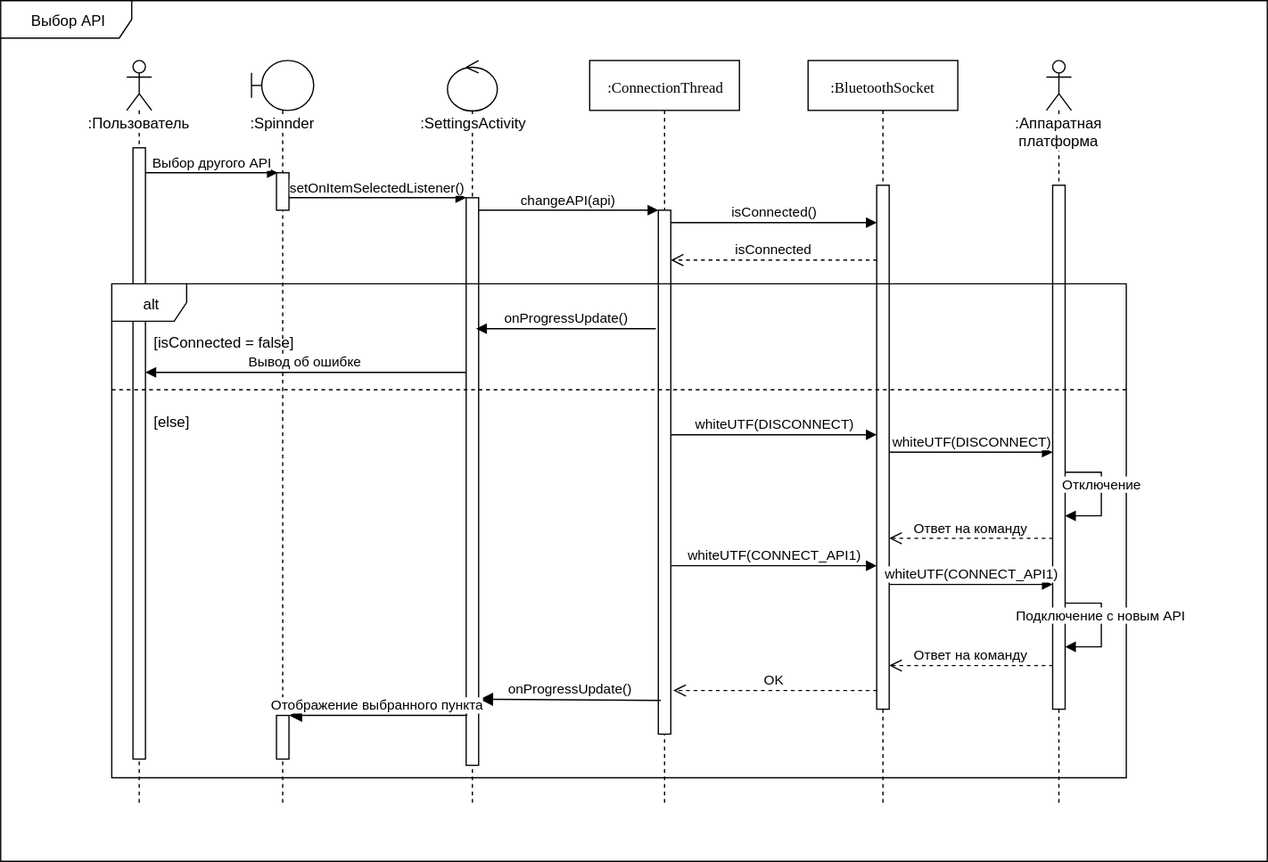
The draw.io diagram documentation/diagrams/sequenct_diagrams/choose_api_sequence_diagram.svg in Lipotam/trackPlatform, before a commit. Source tidied: cells renumbered, new cells last; positions are measured from the earlier drawing's top-left corner, leaving out a move shared by most shapes.
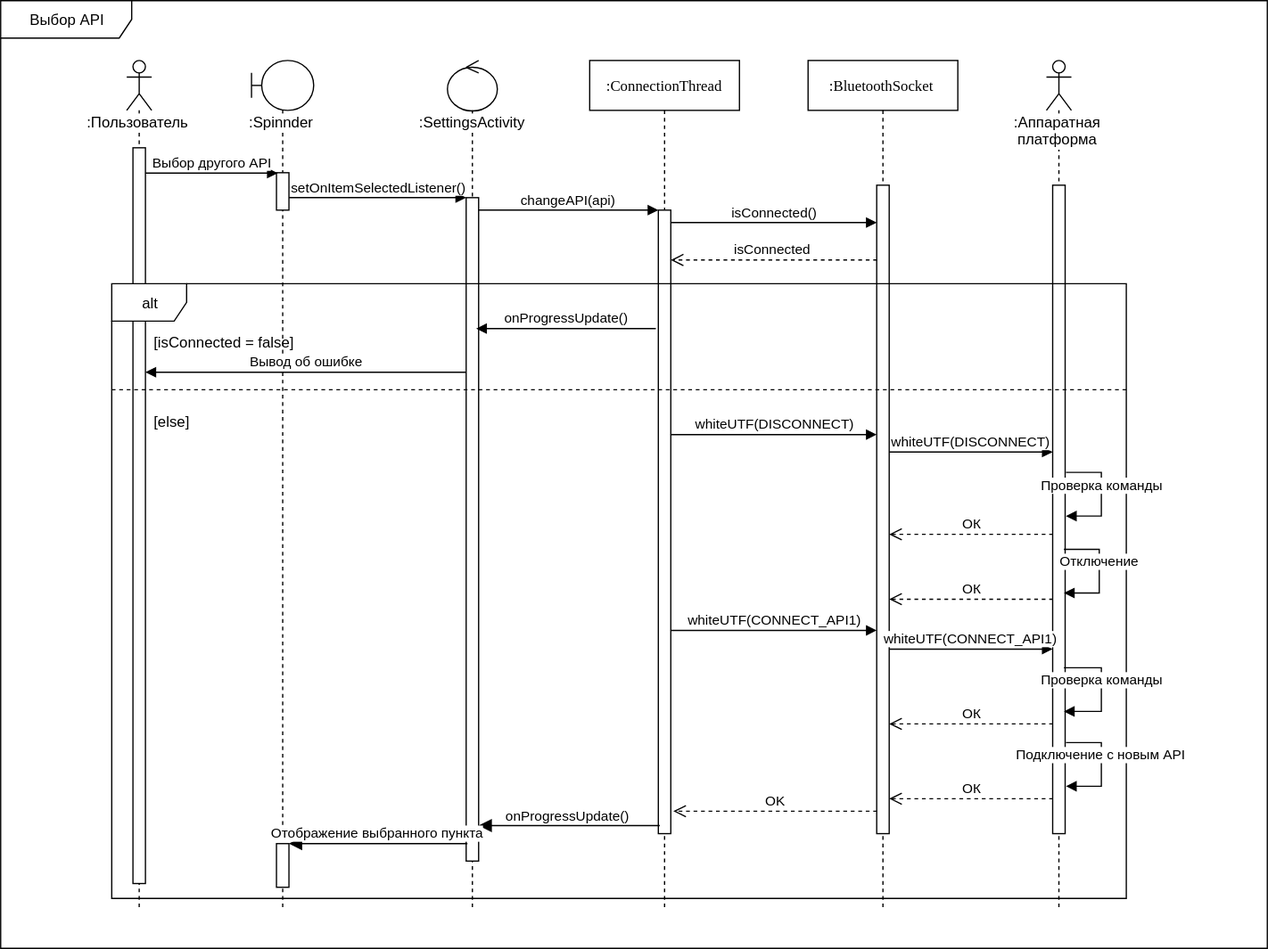
Above is the later version.

What changed in the source:
```diff
@@ -3,46 +3,46 @@
     <mxCell id="0" />
     <mxCell id="1" parent="0" />
     <mxCell id="2" value=":ConnectionThread" style="shape=umlLifeline;perimeter=lifelinePerimeter;whiteSpace=wrap;html=1;rounded=0;shadow=0;comic=0;labelBackgroundColor=none;strokeColor=#000000;strokeWidth=1;fillColor=#FFFFFF;fontFamily=Verdana;fontSize=12;fontColor=#000000;align=center;glass=0;size=40;" parent="1" vertex="1">
-      <mxGeometry x="472" y="48" width="120" height="595" as="geometry" />
+      <mxGeometry x="472" y="48" width="120" height="682" as="geometry" />
     </mxCell>
     <mxCell id="3" style="html=1;points=[];perimeter=orthogonalPerimeter;rounded=0;shadow=0;comic=0;labelBackgroundColor=none;strokeColor=#000000;strokeWidth=1;fillColor=#FFFFFF;fontFamily=Verdana;fontSize=12;fontColor=#000000;align=center;" parent="2" vertex="1">
-      <mxGeometry x="55" y="120" width="10" height="420" as="geometry" />
+      <mxGeometry x="55" y="120" width="10" height="500" as="geometry" />
     </mxCell>
     <mxCell id="4" value=":Пользователь" style="shape=umlLifeline;participant=umlActor;perimeter=lifelinePerimeter;whiteSpace=wrap;html=1;verticalAlign=top;spacingTop=36;labelBackgroundColor=#ffffff;shadow=0;glass=0;strokeColor=#000000;fontColor=#000000;align=center;" parent="1" vertex="1">
-      <mxGeometry x="101" y="48" width="20" height="595" as="geometry" />
+      <mxGeometry x="101" y="48" width="20" height="682" as="geometry" />
     </mxCell>
     <mxCell id="5" style="html=1;points=[];perimeter=orthogonalPerimeter;rounded=0;shadow=0;comic=0;labelBackgroundColor=none;strokeColor=#000000;strokeWidth=1;fillColor=#FFFFFF;fontFamily=Verdana;fontSize=12;fontColor=#000000;align=center;" parent="4" vertex="1">
-      <mxGeometry x="5" y="70" width="10" height="490" as="geometry" />
+      <mxGeometry x="5" y="70" width="10" height="590" as="geometry" />
     </mxCell>
     <mxCell id="6" value=":Аппаратная платформа" style="shape=umlLifeline;participant=umlActor;perimeter=lifelinePerimeter;whiteSpace=wrap;html=1;verticalAlign=top;spacingTop=36;labelBackgroundColor=#ffffff;shadow=0;glass=0;strokeColor=#000000;fontColor=#000000;align=center;" parent="1" vertex="1">
-      <mxGeometry x="838" y="48" width="20" height="595" as="geometry" />
+      <mxGeometry x="838" y="48" width="20" height="682" as="geometry" />
     </mxCell>
     <mxCell id="7" style="html=1;points=[];perimeter=orthogonalPerimeter;rounded=0;shadow=0;comic=0;labelBackgroundColor=none;strokeColor=#000000;strokeWidth=1;fillColor=#FFFFFF;fontFamily=Verdana;fontSize=12;fontColor=#000000;align=center;" parent="6" vertex="1">
-      <mxGeometry x="5" y="100" width="10" height="420" as="geometry" />
+      <mxGeometry x="5" y="100" width="10" height="520" as="geometry" />
     </mxCell>
     <mxCell id="8" value=":Spinnder" style="shape=umlLifeline;participant=umlBoundary;perimeter=lifelinePerimeter;whiteSpace=wrap;html=1;verticalAlign=top;spacingTop=36;labelBackgroundColor=#ffffff;shadow=0;glass=0;strokeColor=#000000;fontColor=#000000;align=center;" parent="1" vertex="1">
-      <mxGeometry x="201" y="48" width="50" height="595" as="geometry" />
+      <mxGeometry x="201" y="48" width="50" height="682" as="geometry" />
     </mxCell>
     <mxCell id="9" style="html=1;points=[];perimeter=orthogonalPerimeter;rounded=0;shadow=0;comic=0;labelBackgroundColor=none;strokeColor=#000000;strokeWidth=1;fillColor=#FFFFFF;fontFamily=Verdana;fontSize=12;fontColor=#000000;align=center;" parent="8" vertex="1">
       <mxGeometry x="20" y="90" width="10" height="30" as="geometry" />
     </mxCell>
     <mxCell id="10" style="html=1;points=[];perimeter=orthogonalPerimeter;rounded=0;shadow=0;comic=0;labelBackgroundColor=none;strokeColor=#000000;strokeWidth=1;fillColor=#FFFFFF;fontFamily=Verdana;fontSize=12;fontColor=#000000;align=center;" parent="8" vertex="1">
-      <mxGeometry x="20" y="525" width="10" height="35" as="geometry" />
+      <mxGeometry x="20" y="628" width="10" height="35" as="geometry" />
     </mxCell>
     <mxCell id="11" value=":SettingsActivity" style="shape=umlLifeline;participant=umlControl;perimeter=lifelinePerimeter;whiteSpace=wrap;html=1;verticalAlign=top;spacingTop=36;labelBackgroundColor=#ffffff;shadow=0;glass=0;strokeColor=#000000;fontColor=#000000;align=center;" parent="1" vertex="1">
-      <mxGeometry x="358" y="48" width="40" height="595" as="geometry" />
+      <mxGeometry x="358" y="48" width="40" height="682" as="geometry" />
     </mxCell>
     <mxCell id="12" value=":BluetoothSocket" style="shape=umlLifeline;perimeter=lifelinePerimeter;whiteSpace=wrap;html=1;rounded=0;shadow=0;comic=0;labelBackgroundColor=none;strokeColor=#000000;strokeWidth=1;fillColor=#FFFFFF;fontFamily=Verdana;fontSize=12;fontColor=#000000;align=center;glass=0;" parent="1" vertex="1">
-      <mxGeometry x="647" y="48" width="120" height="595" as="geometry" />
+      <mxGeometry x="647" y="48" width="120" height="682" as="geometry" />
     </mxCell>
     <mxCell id="13" style="html=1;perimeter=orthogonalPerimeter;rounded=0;shadow=0;comic=0;labelBackgroundColor=none;strokeColor=#000000;strokeWidth=1;fillColor=#FFFFFF;fontFamily=Verdana;fontSize=12;fontColor=#000000;align=center;" parent="12" vertex="1">
-      <mxGeometry x="55" y="100" width="10" height="420" as="geometry" />
+      <mxGeometry x="55" y="100" width="10" height="520" as="geometry" />
     </mxCell>
     <mxCell id="14" value="Выбор другого API" style="html=1;verticalAlign=bottom;endArrow=block;strokeColor=#000000;fontColor=#000000;entryX=0.05;entryY=0.013;entryPerimeter=0;" parent="1" edge="1" source="5" target="9">
       <mxGeometry relative="1" as="geometry" />
     </mxCell>
     <mxCell id="15" style="html=1;points=[];perimeter=orthogonalPerimeter;rounded=0;shadow=0;comic=0;labelBackgroundColor=none;strokeColor=#000000;strokeWidth=1;fillColor=#FFFFFF;fontFamily=Verdana;fontSize=12;fontColor=#000000;align=center;" parent="1" vertex="1">
-      <mxGeometry x="373" y="158" width="10" height="455" as="geometry" />
+      <mxGeometry x="373" y="158" width="10" height="532" as="geometry" />
     </mxCell>
     <mxCell id="16" value="setOnItemSelectedListener()" style="html=1;verticalAlign=bottom;endArrow=block;strokeColor=#000000;fontColor=#000000;" parent="1" edge="1" source="9">
       <mxGeometry relative="1" as="geometry">
@@ -67,7 +67,7 @@
       </mxGeometry>
     </mxCell>
     <mxCell id="20" value="alt" style="shape=umlFrame;whiteSpace=wrap;html=1;rounded=0;shadow=0;glass=0;comic=0;labelBackgroundColor=none;strokeColor=#000000;fontColor=#000000;align=center;" parent="1" vertex="1">
-      <mxGeometry x="89" y="227" width="813" height="396" as="geometry" />
+      <mxGeometry x="89" y="227" width="813" height="493" as="geometry" />
     </mxCell>
     <mxCell id="21" style="line;strokeWidth=1;fillColor=none;align=left;verticalAlign=middle;spacingTop=-1;spacingLeft=3;spacingRight=3;labelPosition=right;rounded=0;shadow=0;glass=0;comic=0;labelBackgroundColor=none;fontColor=#000000;html=0;dashed=1;" parent="1" vertex="1">
       <mxGeometry x="89" y="308" width="813" height="8" as="geometry" />
@@ -100,7 +100,7 @@
         <mxPoint x="712" y="362" as="sourcePoint" />
       </mxGeometry>
     </mxCell>
-    <mxCell id="28" value="Отключение" style="html=1;verticalAlign=bottom;endArrow=block;strokeColor=#000000;fontColor=#000000;edgeStyle=orthogonalEdgeStyle;rounded=0;" parent="1" edge="1">
+    <mxCell id="28" value="Проверка команды" style="html=1;verticalAlign=bottom;endArrow=block;strokeColor=#000000;fontColor=#000000;edgeStyle=orthogonalEdgeStyle;rounded=0;" parent="1" edge="1">
       <mxGeometry relative="1" as="geometry">
         <mxPoint x="853" y="378" as="sourcePoint" />
         <mxPoint x="853" y="413" as="targetPoint" />
@@ -110,56 +110,91 @@
         </Array>
       </mxGeometry>
     </mxCell>
-    <mxCell id="29" value="Ответ на команду" style="html=1;verticalAlign=bottom;endArrow=open;dashed=1;endSize=8;exitX=0;exitY=0.95;strokeColor=#000000;fontColor=#000000;" parent="1" edge="1">
+    <mxCell id="29" value="ОК" style="html=1;verticalAlign=bottom;endArrow=open;dashed=1;endSize=8;exitX=0;exitY=0.95;strokeColor=#000000;fontColor=#000000;" parent="1" edge="1">
       <mxGeometry relative="1" as="geometry">
-        <mxPoint x="843.2" y="431" as="sourcePoint" />
-        <mxPoint x="712" y="431" as="targetPoint" />
+        <mxPoint x="843.2" y="428" as="sourcePoint" />
+        <mxPoint x="712" y="428" as="targetPoint" />
       </mxGeometry>
     </mxCell>
     <mxCell id="30" value="Выбор API" style="shape=umlFrame;whiteSpace=wrap;html=1;rounded=0;shadow=0;glass=0;comic=0;labelBackgroundColor=none;strokeColor=#000000;fontColor=#000000;align=center;width=105;height=30;" parent="1" vertex="1">
-      <mxGeometry width="1015" height="690" as="geometry" />
+      <mxGeometry width="1015" height="760" as="geometry" />
     </mxCell>
     <mxCell id="31" value="whiteUTF(CONNECT_API1)" style="html=1;verticalAlign=bottom;endArrow=block;strokeColor=#000000;fontColor=#000000;" parent="1" edge="1">
       <mxGeometry relative="1" as="geometry">
-        <mxPoint x="537" y="453" as="sourcePoint" />
-        <mxPoint x="702" y="453" as="targetPoint" />
+        <mxPoint x="537" y="505" as="sourcePoint" />
+        <mxPoint x="702" y="505" as="targetPoint" />
       </mxGeometry>
     </mxCell>
     <mxCell id="32" value="whiteUTF(CONNECT_API1)" style="html=1;verticalAlign=bottom;endArrow=block;strokeColor=#000000;fontColor=#000000;" parent="1" edge="1">
       <mxGeometry relative="1" as="geometry">
-        <mxPoint x="712" y="468" as="sourcePoint" />
-        <mxPoint x="843" y="468" as="targetPoint" />
+        <mxPoint x="712" y="520" as="sourcePoint" />
+        <mxPoint x="843" y="520" as="targetPoint" />
       </mxGeometry>
     </mxCell>
-    <mxCell id="33" value="Подключение с новым API" style="html=1;verticalAlign=bottom;endArrow=block;strokeColor=#000000;fontColor=#000000;edgeStyle=orthogonalEdgeStyle;rounded=0;" parent="1" edge="1">
+    <mxCell id="33" value="Проверка команды" style="html=1;verticalAlign=bottom;endArrow=block;strokeColor=#000000;fontColor=#000000;edgeStyle=orthogonalEdgeStyle;rounded=0;" parent="1" edge="1">
       <mxGeometry relative="1" as="geometry">
-        <mxPoint x="852.8" y="483.3" as="sourcePoint" />
-        <mxPoint x="852.8" y="517.8" as="targetPoint" />
+        <mxPoint x="852.8" y="535.3" as="sourcePoint" />
+        <mxPoint x="852.8" y="569.8" as="targetPoint" />
         <Array as="points">
-          <mxPoint x="882" y="483" />
-          <mxPoint x="882" y="518" />
+          <mxPoint x="882" y="535" />
+          <mxPoint x="882" y="570" />
         </Array>
       </mxGeometry>
     </mxCell>
-    <mxCell id="34" value="Ответ на команду" style="html=1;verticalAlign=bottom;endArrow=open;dashed=1;endSize=8;exitX=0;exitY=0.95;strokeColor=#000000;fontColor=#000000;" parent="1" edge="1">
-      <mxGeometry relative="1" as="geometry">
-        <mxPoint x="843.2" y="533" as="sourcePoint" />
-        <mxPoint x="712" y="533" as="targetPoint" />
-      </mxGeometry>
-    </mxCell>
     <mxCell id="35" value="OK" style="html=1;verticalAlign=bottom;endArrow=open;dashed=1;endSize=8;exitX=0;exitY=0.95;strokeColor=#000000;fontColor=#000000;" parent="1" edge="1">
       <mxGeometry relative="1" as="geometry">
-        <mxPoint x="702.2" y="553" as="sourcePoint" />
-        <mxPoint x="539" y="553" as="targetPoint" />
+        <mxPoint x="702.2" y="650" as="sourcePoint" />
+        <mxPoint x="539" y="650" as="targetPoint" />
       </mxGeometry>
     </mxCell>
-    <mxCell id="36" value="onProgressUpdate()" style="html=1;verticalAlign=bottom;endArrow=block;endSize=8;strokeColor=#000000;fontColor=#000000;exitX=0.171;exitY=0.935;exitPerimeter=0;entryX=1.067;entryY=0.883;entryPerimeter=0;endFill=1;" parent="1" edge="1" source="3" target="15">
-      <mxGeometry relative="1" as="geometry" />
+    <mxCell id="36" value="onProgressUpdate()" style="html=1;verticalAlign=bottom;endArrow=block;endSize=8;strokeColor=#000000;fontColor=#000000;endFill=1;exitX=0.087;exitY=0.945;exitPerimeter=0;" parent="1" edge="1">
+      <mxGeometry relative="1" as="geometry">
+        <mxPoint x="528.1" y="661.5" as="sourcePoint" />
+        <mxPoint x="383" y="661.5" as="targetPoint" />
+      </mxGeometry>
     </mxCell>
     <mxCell id="37" value="Отображение выбранного пункта" style="html=1;verticalAlign=bottom;endArrow=block;endSize=8;strokeColor=#000000;fontColor=#000000;endFill=1;" parent="1" edge="1" target="10">
       <mxGeometry relative="1" as="geometry">
-        <mxPoint x="374" y="573" as="sourcePoint" />
+        <mxPoint x="374" y="676" as="sourcePoint" />
       </mxGeometry>
     </mxCell>
+    <mxCell id="38" value="Отключение" style="html=1;verticalAlign=bottom;endArrow=block;strokeColor=#000000;fontColor=#000000;edgeStyle=orthogonalEdgeStyle;rounded=0;" parent="1" edge="1">
+      <mxGeometry relative="1" as="geometry">
+        <mxPoint x="852.3" y="440.1" as="sourcePoint" />
+        <mxPoint x="852.3" y="475" as="targetPoint" />
+        <Array as="points">
+          <mxPoint x="881" y="440" />
+          <mxPoint x="881" y="475" />
+        </Array>
+      </mxGeometry>
+    </mxCell>
+    <mxCell id="39" value="ОК" style="html=1;verticalAlign=bottom;endArrow=open;dashed=1;endSize=8;exitX=0;exitY=0.95;strokeColor=#000000;fontColor=#000000;" parent="1" edge="1">
+      <mxGeometry relative="1" as="geometry">
+        <mxPoint x="843.2" y="480" as="sourcePoint" />
+        <mxPoint x="712" y="480" as="targetPoint" />
+      </mxGeometry>
+    </mxCell>
+    <mxCell id="40" value="ОК" style="html=1;verticalAlign=bottom;endArrow=open;dashed=1;endSize=8;exitX=0;exitY=0.95;strokeColor=#000000;fontColor=#000000;" parent="1" edge="1">
+      <mxGeometry relative="1" as="geometry">
+        <mxPoint x="843.2" y="580" as="sourcePoint" />
+        <mxPoint x="712" y="580" as="targetPoint" />
+      </mxGeometry>
+    </mxCell>
+    <mxCell id="41" value="Подключение с новым API" style="html=1;verticalAlign=bottom;endArrow=block;strokeColor=#000000;fontColor=#000000;edgeStyle=orthogonalEdgeStyle;rounded=0;" parent="1" edge="1">
+      <mxGeometry relative="1" as="geometry">
+        <mxPoint x="853" y="595.7" as="sourcePoint" />
+        <mxPoint x="853" y="629.8" as="targetPoint" />
+        <Array as="points">
+          <mxPoint x="882" y="595" />
+          <mxPoint x="882" y="630" />
+        </Array>
+      </mxGeometry>
+    </mxCell>
+    <mxCell id="42" value="ОК" style="html=1;verticalAlign=bottom;endArrow=open;dashed=1;endSize=8;exitX=0;exitY=0.95;strokeColor=#000000;fontColor=#000000;" parent="1" edge="1">
+      <mxGeometry relative="1" as="geometry">
+        <mxPoint x="843.2" y="640" as="sourcePoint" />
+        <mxPoint x="712" y="640" as="targetPoint" />
+      </mxGeometry>
+    </mxCell>
   </root>
 </mxGraphModel>
```
